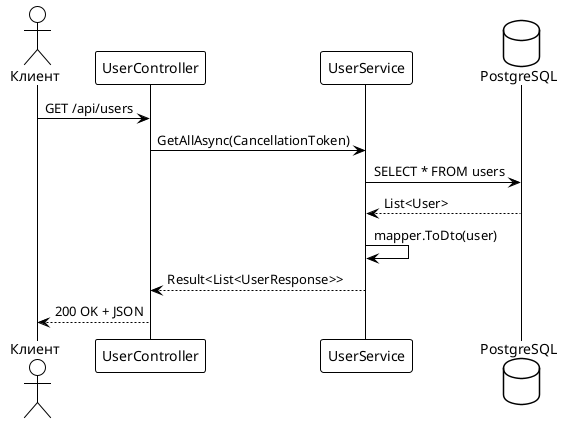
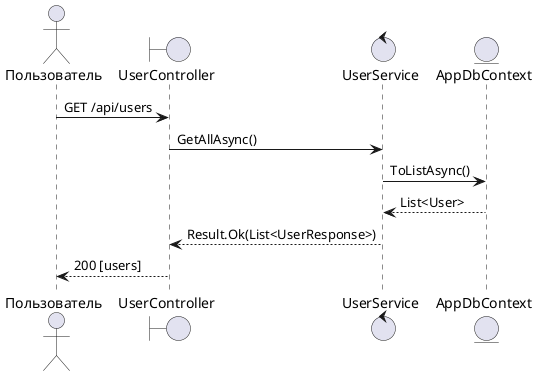
@startuml
- !theme plain
+ actor "Пользователь" as user
+ boundary "UserController" as controller
+ control "UserService" as service
+ entity "AppDbContext" as db

- actor "Клиент" as Client
- participant "UserController" as Ctrl
- participant "UserService" as Svc
- database "PostgreSQL" as DB
- 
- ' Запрос списка всех пользователей
- Client -> Ctrl: GET /api/users
- Ctrl -> Svc: GetAllAsync(CancellationToken)
- Svc -> DB: SELECT * FROM users
- DB --> Svc: List<User>
- Svc -> Svc: mapper.ToDto(user)
- Svc --> Ctrl: Result<List<UserResponse>>
- Ctrl --> Client: 200 OK + JSON
+ user -> controller: GET /api/users
+ controller -> service: GetAllAsync()
+ service -> db: ToListAsync()
+ db --> service: List<User>
+ service --> controller: Result.Ok(List<UserResponse>)
+ controller --> user: 200 [users]
@enduml
